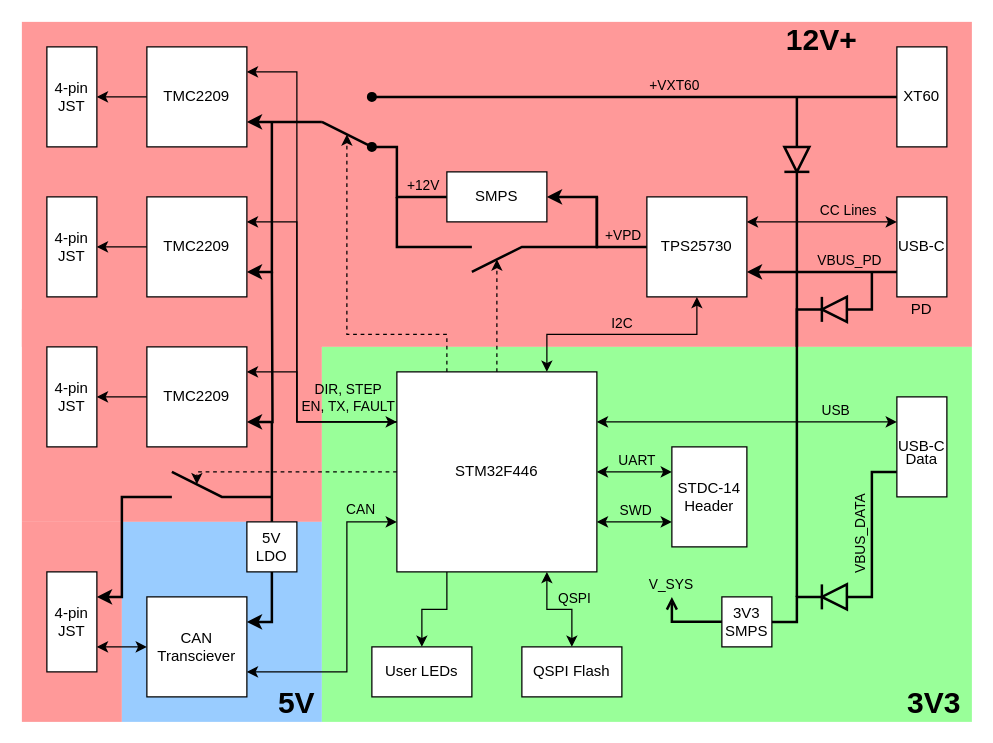
Before: docs/base-system-diagram.drawio in roboticsoutreach/sro_arm, a draw.io diagram. Source tidied: cells renumbered, new cells numbered last; positions are measured from the earlier drawing's top-left corner, leaving out a move shared by most shapes. Both pictures are drawn from the tidied source at 125%, with x=0, y=0 at pixel (21, 21).
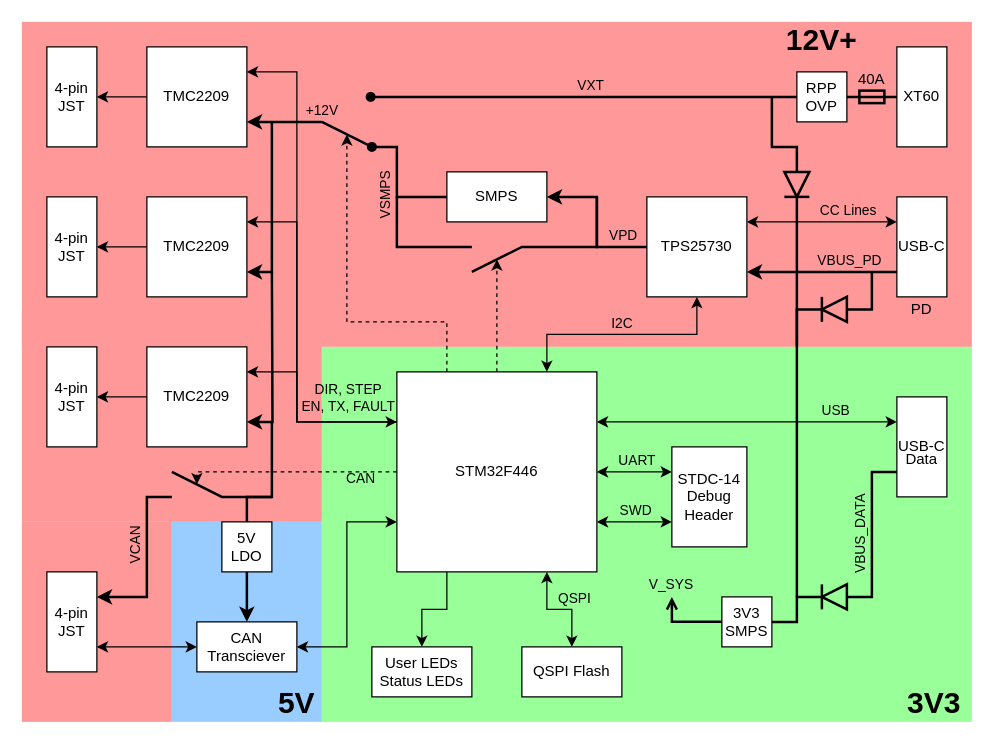
The same page after the edit.

Commit message (it also covers changes not shown here):
Added full system diagmam and changed power routing on base system diagram

The change refers to these unchanged cells:
```xml
<mxCell id="19" value="STM32F446" style="rounded=0;whiteSpace=wrap;html=1;" parent="1" vertex="1">
  <mxGeometry x="300" y="280" width="160" height="160" as="geometry" />
</mxCell>
<mxCell id="39" style="edgeStyle=orthogonalEdgeStyle;rounded=0;jettySize=auto;html=1;exitX=0;exitY=0.5;exitDx=0;exitDy=0;entryX=1;entryY=0.5;entryDx=0;entryDy=0;strokeWidth=2;" parent="1" edge="1" source="41" target="46">
  <mxGeometry relative="1" as="geometry" />
</mxCell>
<mxCell id="44" style="edgeStyle=orthogonalEdgeStyle;rounded=0;jettySize=auto;html=1;exitX=0;exitY=0.5;exitDx=0;exitDy=0;endArrow=oval;endFill=1;strokeWidth=2;" parent="1" edge="1" source="46">
  <mxGeometry relative="1" as="geometry">
    <mxPoint x="280" y="100" as="targetPoint" />
    <Array as="points">
      <mxPoint x="300" y="140" />
      <mxPoint x="300" y="100" />
    </Array>
  </mxGeometry>
</mxCell>
<mxCell id="50" style="edgeStyle=orthogonalEdgeStyle;rounded=0;jettySize=auto;html=1;exitX=1;exitY=0.75;exitDx=0;exitDy=0;strokeWidth=2;endArrow=none;endFill=0;startArrow=classic;startFill=1;" parent="1" edge="1" source="51">
  <mxGeometry relative="1" as="geometry">
    <mxPoint x="240" y="80" as="targetPoint" />
  </mxGeometry>
</mxCell>
<mxCell id="61" value="XT60" style="rounded=0;whiteSpace=wrap;html=1;" parent="1" vertex="1">
  <mxGeometry x="700" y="20" width="40" height="80" as="geometry" />
</mxCell>
<mxCell id="66" value="4-pin JST" style="rounded=0;whiteSpace=wrap;html=1;" parent="1" vertex="1">
  <mxGeometry x="20" y="440" width="40" height="80" as="geometry" />
</mxCell>
```

What changed in the source:
```diff
@@
     <mxCell id="2" style="rounded=0;whiteSpace=wrap;html=1;strokeColor=none;fillColor=#FF9999;" parent="1" vertex="1">
-      <mxGeometry y="400" width="80" height="160" as="geometry" />
+      <mxGeometry y="400" width="120" height="160" as="geometry" />
     </mxCell>
@@
     <mxCell id="5" style="rounded=0;whiteSpace=wrap;html=1;strokeColor=none;fillColor=#99CCFF;" parent="1" vertex="1">
-      <mxGeometry x="80" y="400" width="160" height="160" as="geometry" />
+      <mxGeometry x="120" y="400" width="120" height="160" as="geometry" />
     </mxCell>
@@
-    <mxCell id="14" style="edgeStyle=orthogonalEdgeStyle;rounded=0;jettySize=auto;html=1;exitX=0;exitY=0.75;exitDx=0;exitDy=0;entryX=1;entryY=0.75;entryDx=0;entryDy=0;startArrow=classic;startFill=1;" parent="1" edge="1" source="19" target="68">
+    <mxCell id="14" style="edgeStyle=orthogonalEdgeStyle;rounded=0;jettySize=auto;html=1;exitX=0;exitY=0.75;exitDx=0;exitDy=0;entryX=1;entryY=0.5;entryDx=0;entryDy=0;startArrow=classic;startFill=1;" parent="1" edge="1" source="19" target="68">
       <mxGeometry relative="1" as="geometry">
         <Array as="points">
           <mxPoint x="260" y="400" />
-          <mxPoint x="260" y="520" />
+          <mxPoint x="260" y="500" />
         </Array>
       </mxGeometry>
     </mxCell>
@@
     <mxCell id="17" style="edgeStyle=orthogonalEdgeStyle;rounded=0;jettySize=auto;html=1;exitX=0.25;exitY=0;exitDx=0;exitDy=0;dashed=1;" parent="1" edge="1" source="19">
       <mxGeometry relative="1" as="geometry">
         <mxPoint x="260" y="90" as="targetPoint" />
         <Array as="points">
-          <mxPoint x="340" y="250" />
-          <mxPoint x="260" y="250" />
+          <mxPoint x="340" y="240" />
+          <mxPoint x="260" y="240" />
         </Array>
       </mxGeometry>
     </mxCell>
@@
-    <mxCell id="22" value="STDC-&lt;span style=&quot;background-color: transparent; color: light-dark(rgb(0, 0, 0), rgb(255, 255, 255));&quot;&gt;14&lt;/span&gt;&lt;div&gt;Header&lt;/div&gt;" style="rounded=0;whiteSpace=wrap;html=1;" parent="1" vertex="1">
+    <mxCell id="22" value="STDC-&lt;span style=&quot;background-color: transparent; color: light-dark(rgb(0, 0, 0), rgb(255, 255, 255));&quot;&gt;14&lt;/span&gt;&lt;div&gt;Debug&lt;br&gt;&lt;div&gt;Header&lt;/div&gt;&lt;/div&gt;" style="rounded=0;whiteSpace=wrap;html=1;" parent="1" vertex="1">
       <mxGeometry x="520" y="340" width="60" height="80" as="geometry" />
     </mxCell>
-    <mxCell id="23" value="User LEDs" style="rounded=0;whiteSpace=wrap;html=1;" parent="1" vertex="1">
+    <mxCell id="23" value="User LEDs&lt;div&gt;Status LEDs&lt;/div&gt;" style="rounded=0;whiteSpace=wrap;html=1;" parent="1" vertex="1">
       <mxGeometry x="280" y="500" width="80" height="40" as="geometry" />
     </mxCell>
@@
-    <mxCell id="40" value="+VPD" style="edgeLabel;html=1;align=center;verticalAlign=middle;labelBackgroundColor=none;" parent="39" vertex="1">
+    <mxCell id="40" value="VPD" style="edgeLabel;html=1;align=center;verticalAlign=middle;labelBackgroundColor=none;" parent="39" vertex="1">
       <mxGeometry x="-0.24" y="-1" relative="1" as="geometry">
         <mxPoint x="19" y="-4" as="offset" />
       </mxGeometry>
     </mxCell>
@@
-    <mxCell id="45" value="+12V" style="edgeLabel;html=1;align=center;verticalAlign=middle;labelBackgroundColor=none;" parent="44" vertex="1">
+    <mxCell id="45" value="VSMPS" style="edgeLabel;html=1;align=center;verticalAlign=middle;labelBackgroundColor=none;rotation=-90;" parent="44" vertex="1">
       <mxGeometry x="-0.6" y="-1" relative="1" as="geometry">
-        <mxPoint y="-9" as="offset" />
+        <mxPoint x="-30" y="1" as="offset" />
       </mxGeometry>
     </mxCell>
@@
+    <mxCell id="90" value="+12V" style="edgeLabel;html=1;align=center;verticalAlign=middle;labelBackgroundColor=none;" parent="50" vertex="1">
+      <mxGeometry x="0.66" relative="1" as="geometry">
+        <mxPoint x="10" y="-10" as="offset" />
+      </mxGeometry>
+    </mxCell>
@@
-    <mxCell id="63" style="endArrow=none;html=1;rounded=0;entryX=0;entryY=0.5;entryDx=0;entryDy=0;startArrow=oval;startFill=1;strokeWidth=2;" parent="1" edge="1" target="61">
+    <mxCell id="63" style="endArrow=none;html=1;rounded=0;startArrow=oval;startFill=1;strokeWidth=2;entryX=0;entryY=0.5;entryDx=0;entryDy=0;" parent="1" edge="1" target="92">
       <mxGeometry relative="1" as="geometry">
-        <mxPoint x="280" y="60" as="sourcePoint" />
+        <mxPoint x="279" y="60" as="sourcePoint" />
         <Array as="points">
-          <mxPoint x="320" y="60" />
+          <mxPoint x="319" y="60" />
         </Array>
       </mxGeometry>
     </mxCell>
-    <mxCell id="64" value="+VXT60" style="edgeLabel;html=1;align=center;verticalAlign=middle;labelBackgroundColor=none;" parent="63" vertex="1">
+    <mxCell id="64" value="VXT" style="edgeLabel;html=1;align=center;verticalAlign=middle;labelBackgroundColor=none;" parent="63" vertex="1">
       <mxGeometry x="0.65" y="-1" relative="1" as="geometry">
         <mxPoint x="-106" y="-11" as="offset" />
       </mxGeometry>
     </mxCell>
     <mxCell id="65" style="edgeStyle=orthogonalEdgeStyle;rounded=0;jettySize=auto;html=1;exitX=1;exitY=0.25;exitDx=0;exitDy=0;startArrow=classic;startFill=1;endArrow=none;endFill=0;strokeWidth=2;" parent="1" edge="1" source="66">
       <mxGeometry relative="1" as="geometry">
         <mxPoint x="120" y="380" as="targetPoint" />
         <Array as="points">
-          <mxPoint x="80" y="460" />
-          <mxPoint x="80" y="380" />
+          <mxPoint x="100" y="460" />
+          <mxPoint x="100" y="380" />
         </Array>
       </mxGeometry>
     </mxCell>
+    <mxCell id="91" value="VCAN" style="edgeLabel;html=1;align=center;verticalAlign=middle;labelBackgroundColor=none;rotation=-90;" parent="65" vertex="1">
+      <mxGeometry x="0.02" relative="1" as="geometry">
+        <mxPoint x="-10" y="-9" as="offset" />
+      </mxGeometry>
+    </mxCell>
@@
     <mxCell id="68" value="CAN Transciever" style="rounded=0;whiteSpace=wrap;html=1;" parent="1" vertex="1">
-      <mxGeometry x="100" y="460" width="80" height="80" as="geometry" />
+      <mxGeometry x="140" y="480" width="80" height="40" as="geometry" />
     </mxCell>
     <mxCell id="69" style="edgeStyle=orthogonalEdgeStyle;rounded=0;jettySize=auto;html=1;exitX=0.5;exitY=0;exitDx=0;exitDy=0;strokeWidth=2;endArrow=none;endFill=0;" parent="1" edge="1" source="71">
       <mxGeometry relative="1" as="geometry">
         <mxPoint x="200" y="320" as="targetPoint" />
+        <Array as="points">
+          <mxPoint x="180" y="380" />
+          <mxPoint x="200" y="380" />
+        </Array>
       </mxGeometry>
     </mxCell>
-    <mxCell id="70" style="edgeStyle=orthogonalEdgeStyle;rounded=0;jettySize=auto;html=1;exitX=0.5;exitY=1;exitDx=0;exitDy=0;entryX=1;entryY=0.25;entryDx=0;entryDy=0;strokeWidth=2;" parent="1" edge="1" source="71" target="68">
+    <mxCell id="70" style="edgeStyle=orthogonalEdgeStyle;rounded=0;jettySize=auto;html=1;exitX=0.5;exitY=1;exitDx=0;exitDy=0;entryX=0.5;entryY=0;entryDx=0;entryDy=0;strokeWidth=2;" parent="1" edge="1" source="71" target="68">
       <mxGeometry relative="1" as="geometry" />
     </mxCell>
     <mxCell id="71" value="5V&lt;br&gt;LDO" style="rounded=0;whiteSpace=wrap;html=1;" parent="1" vertex="1">
-      <mxGeometry x="180" y="400" width="40" height="40" as="geometry" />
+      <mxGeometry x="160" y="400" width="40" height="40" as="geometry" />
     </mxCell>
@@
     <mxCell id="77" style="triangle;whiteSpace=wrap;html=1;rotation=90;strokeWidth=2;fillColor=none;" parent="1" vertex="1">
-      <mxGeometry x="610" y="100" width="20" height="20" as="geometry" />
+      <mxGeometry x="610" y="120" width="20" height="20" as="geometry" />
     </mxCell>
@@
     <mxCell id="84" style="edgeStyle=orthogonalEdgeStyle;rounded=0;orthogonalLoop=1;jettySize=auto;html=1;endArrow=none;endFill=0;strokeWidth=2;" parent="1" edge="1">
       <mxGeometry relative="1" as="geometry">
         <mxPoint x="620" y="260" as="sourcePoint" />
-        <mxPoint x="620" y="120" as="targetPoint" />
+        <mxPoint x="620" y="140" as="targetPoint" />
         <Array as="points">
           <mxPoint x="620" y="180" />
         </Array>
       </mxGeometry>
     </mxCell>
     <mxCell id="85" style="endArrow=none;html=1;rounded=0;exitX=0;exitY=0.5;exitDx=0;exitDy=0;strokeWidth=2;" parent="1" edge="1" source="77">
       <mxGeometry relative="1" as="geometry">
-        <mxPoint x="620" y="60" as="targetPoint" />
+        <mxPoint x="600" y="60" as="targetPoint" />
+        <Array as="points">
+          <mxPoint x="620" y="100" />
+          <mxPoint x="600" y="100" />
+        </Array>
       </mxGeometry>
     </mxCell>
@@
+    <mxCell id="92" value="RPP&lt;br&gt;OVP" style="rounded=0;whiteSpace=wrap;html=1;" parent="1" vertex="1">
+      <mxGeometry x="620" y="40" width="40" height="40" as="geometry" />
+    </mxCell>
+    <mxCell id="93" value="&lt;div&gt;40A&lt;/div&gt;&lt;div&gt;&lt;br&gt;&lt;/div&gt;&lt;div&gt;&lt;br&gt;&lt;/div&gt;" style="rounded=0;whiteSpace=wrap;html=1;labelBackgroundColor=none;fillColor=none;strokeWidth=2;" parent="1" vertex="1">
+      <mxGeometry x="670" y="55" width="20" height="10" as="geometry" />
+    </mxCell>
+    <mxCell id="94" style="endArrow=none;html=1;rounded=0;entryX=0;entryY=0.5;entryDx=0;entryDy=0;exitX=1;exitY=0.5;exitDx=0;exitDy=0;strokeWidth=2;" parent="1" edge="1" source="92" target="61">
+      <mxGeometry relative="1" as="geometry" />
+    </mxCell>
```
